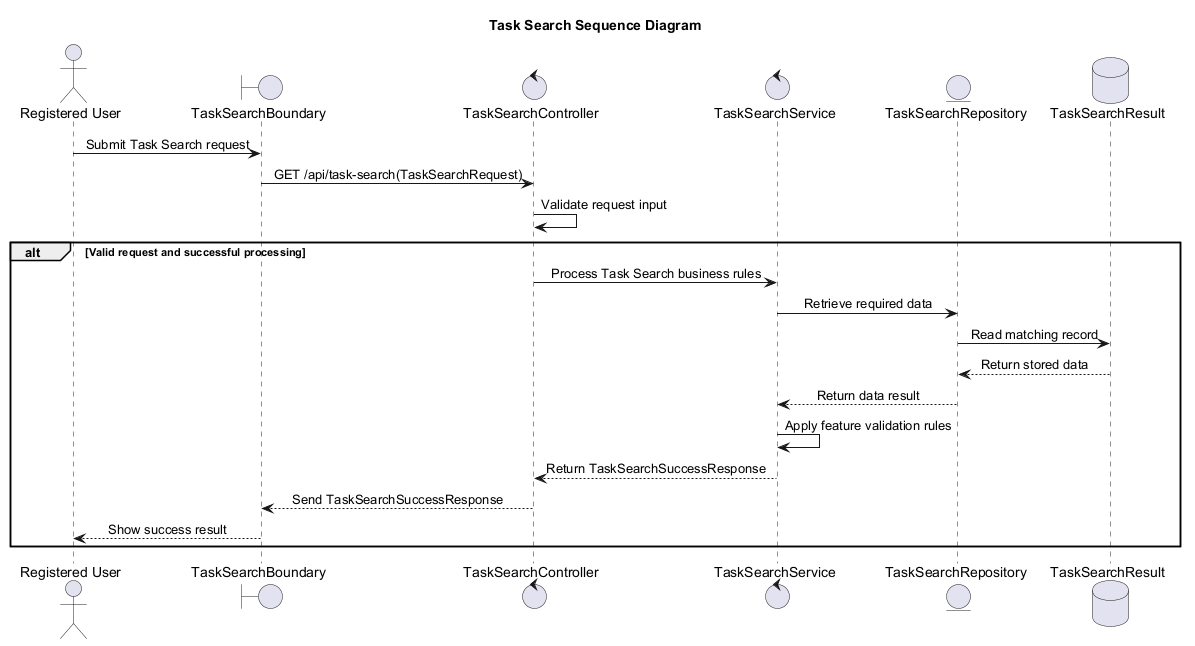
Above: services/agentic_service/outputs/taskflow/feature-task-search/03_architecture/task_search_sequence_v1.png in Dulneth210229/Auto-Forge-MAS (PlantUML), before the change.
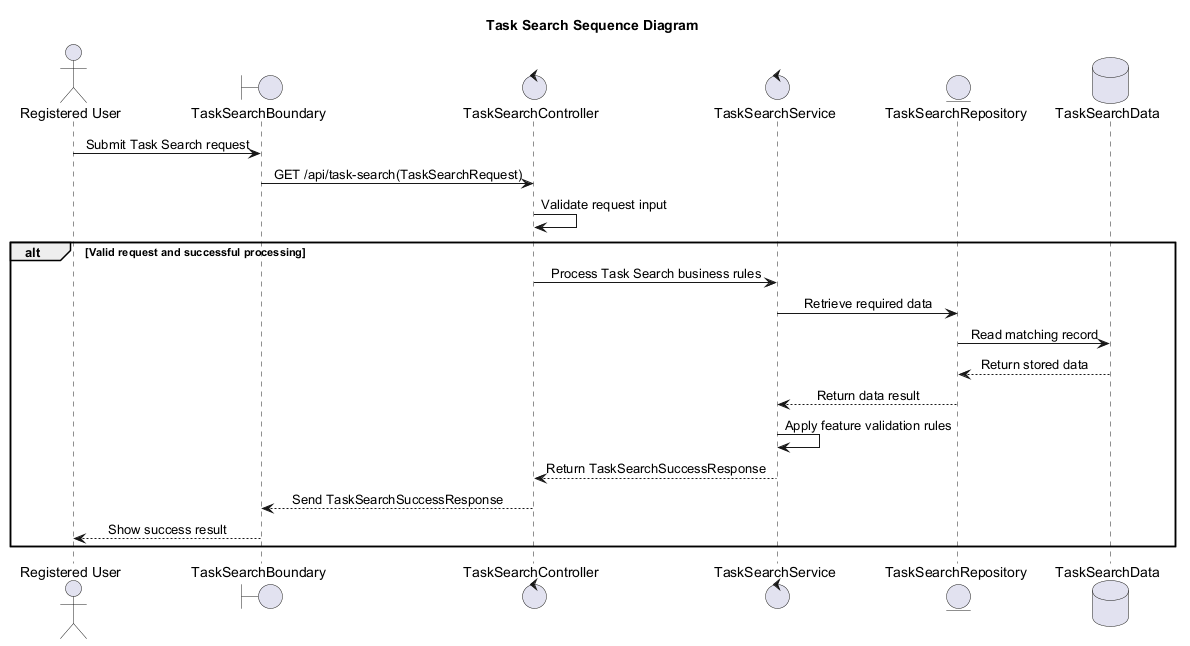
The same file after the commit.

Change to the diagram source:
```diff
@@ -9,7 +9,7 @@
 control "TaskSearchController" as CONTROL_001
 control "TaskSearchService" as CONTROL_002
 entity "TaskSearchRepository" as ENTITY_001
-database "TaskSearchResult" as DATABASE_001
+database "TaskSearchData" as DATABASE_001
 
 ACTOR_001 -> BOUNDARY_001: Submit Task Search request
 BOUNDARY_001 -> CONTROL_001: GET /api/task-search(TaskSearchRequest)
```
